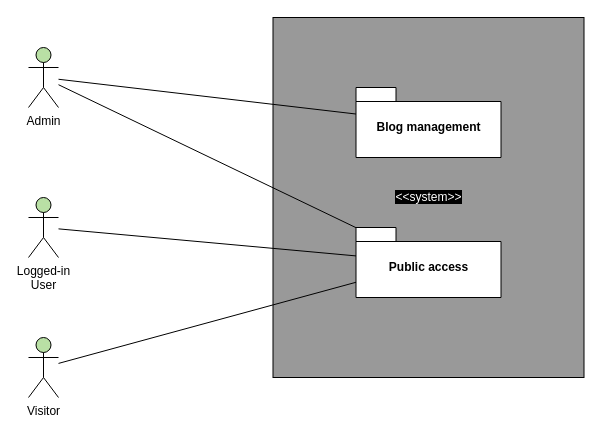
This is Cadrage/packages.drawio from JgPhil/Blog, a draw.io file, before an edit. Source tidied: cells renumbered, new cells numbered last; positions are measured from the earlier drawing's top-left corner, leaving out a move shared by most shapes. Both pictures are drawn from the tidied source at 100%, with x=0, y=0 at pixel (28, 17).
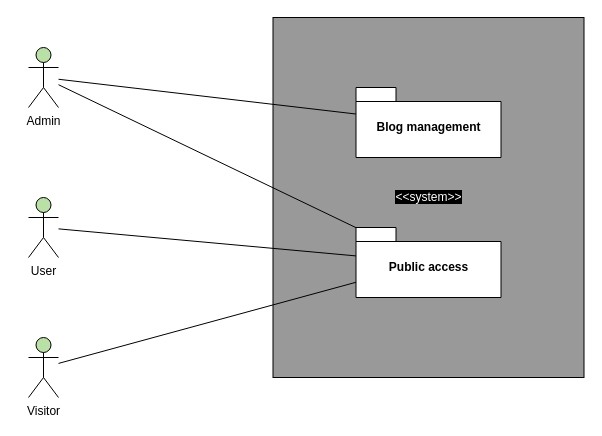
Above is the later version.

Diff of the diagram source:
```diff
@@
 <mxGraphModel>
   <root>
     <mxCell id="0" />
     <mxCell id="1" parent="0" />
     <mxCell id="2" value="&lt;span style=&quot;background-color: rgb(0 , 0 , 0)&quot;&gt;&lt;font color=&quot;#ffffff&quot;&gt;&amp;lt;&amp;lt;system&amp;gt;&amp;gt;&lt;/font&gt;&lt;/span&gt;" style="html=1;fillColor=#999999;" parent="1" vertex="1">
       <mxGeometry x="244.5" width="311" height="360" as="geometry" />
     </mxCell>
     <mxCell id="3" value="Blog management" style="shape=folder;fontStyle=1;spacingTop=10;tabWidth=40;tabHeight=14;tabPosition=left;html=1;" parent="1" vertex="1">
       <mxGeometry x="327.5" y="70" width="145" height="70" as="geometry" />
     </mxCell>
     <mxCell id="4" value="Public access" style="shape=folder;fontStyle=1;spacingTop=10;tabWidth=40;tabHeight=14;tabPosition=left;html=1;" parent="1" vertex="1">
       <mxGeometry x="327.5" y="210" width="145" height="70" as="geometry" />
     </mxCell>
     <mxCell id="5" style="endArrow=none;html=1;" parent="1" edge="1" source="8" target="3">
       <mxGeometry relative="1" as="geometry" />
     </mxCell>
     <mxCell id="6" style="endArrow=none;html=1;" parent="1" edge="1" source="9" target="4">
       <mxGeometry relative="1" as="geometry" />
     </mxCell>
     <mxCell id="7" style="endArrow=none;html=1;" parent="1" edge="1" source="8" target="4">
       <mxGeometry relative="1" as="geometry" />
     </mxCell>
     <mxCell id="8" value="Admin" style="shape=umlActor;verticalLabelPosition=bottom;labelBackgroundColor=#ffffff;verticalAlign=top;html=1;fillColor=#B9E0A5;" parent="1" vertex="1">
       <mxGeometry y="30" width="30" height="60" as="geometry" />
     </mxCell>
     <mxCell id="9" value="Visitor" style="shape=umlActor;verticalLabelPosition=bottom;labelBackgroundColor=#ffffff;verticalAlign=top;html=1;fillColor=#B9E0A5;" parent="1" vertex="1">
       <mxGeometry y="320" width="30" height="60" as="geometry" />
     </mxCell>
-    <mxCell id="10" value="Logged-in&lt;br&gt;User" style="shape=umlActor;verticalLabelPosition=bottom;labelBackgroundColor=#ffffff;verticalAlign=top;html=1;fillColor=#B9E0A5;" parent="1" vertex="1">
+    <mxCell id="10" value="User" style="shape=umlActor;verticalLabelPosition=bottom;labelBackgroundColor=#ffffff;verticalAlign=top;html=1;fillColor=#B9E0A5;" parent="1" vertex="1">
       <mxGeometry y="180" width="30" height="60" as="geometry" />
     </mxCell>
     <mxCell id="11" style="endArrow=none;html=1;" parent="1" edge="1" source="10" target="4">
       <mxGeometry relative="1" as="geometry" />
     </mxCell>
   </root>
 </mxGraphModel>
```
